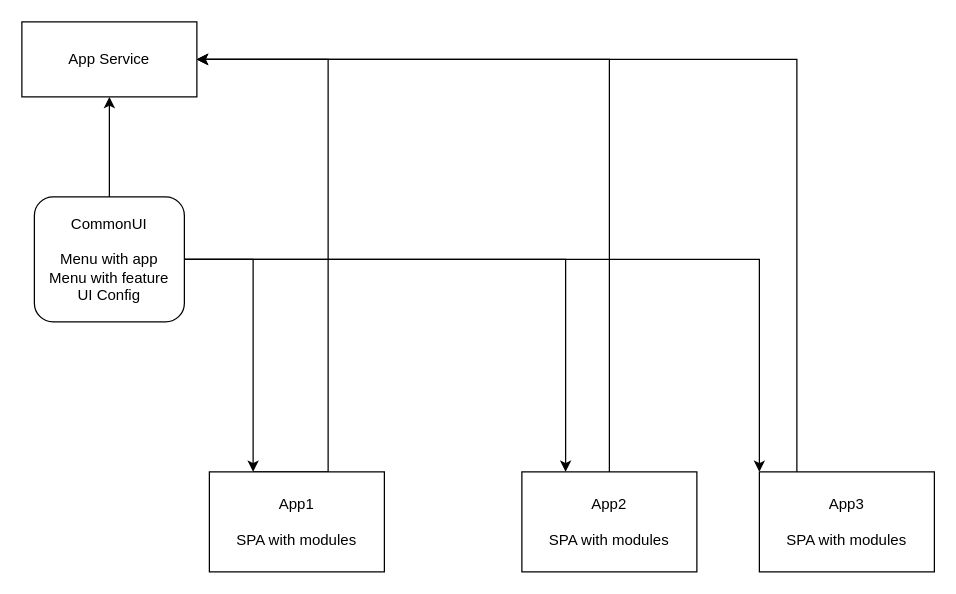
Before: page "Страница — 1" (1 of 2) of doc/bl/test.drawio in g10101k/Oip, a draw.io diagram. Source tidied: cells renumbered, new cells numbered last; positions are measured from the earlier drawing's top-left corner, leaving out a move shared by most shapes. Both pictures are drawn from the tidied source at 125%, with x=0, y=0 at pixel (21, 21).
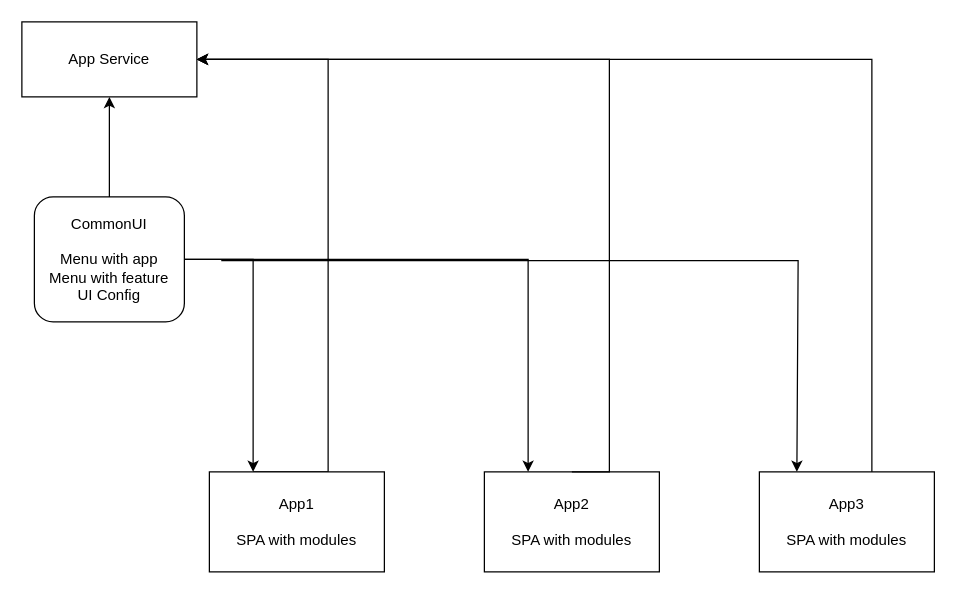
The same diagram, later.

Unchanged cells that the change refers to:
```xml
<mxCell id="6" value="App3&lt;br&gt;&lt;br&gt;SPA with modules" style="rounded=0;whiteSpace=wrap;html=1;" parent="1" vertex="1">
  <mxGeometry x="590" y="360" width="140" height="80" as="geometry" />
</mxCell>
<mxCell id="11" value="CommonUI&lt;br&gt;&lt;br&gt;&lt;div&gt;Menu with app&lt;br&gt;Menu with feature&lt;br&gt;UI Config&lt;/div&gt;" style="rounded=1;whiteSpace=wrap;html=1;" parent="1" vertex="1">
  <mxGeometry x="10" y="140" width="120" height="100" as="geometry" />
</mxCell>
<mxCell id="12" value="App Service" style="rounded=0;whiteSpace=wrap;html=1;" parent="1" vertex="1">
  <mxGeometry width="140" height="60" as="geometry" />
</mxCell>
```

What changed in the source:
```diff
@@
     <mxCell id="4" value="App2&lt;br&gt;&lt;br&gt;SPA with modules" style="rounded=0;whiteSpace=wrap;html=1;" parent="1" vertex="1">
-      <mxGeometry x="400" y="360" width="140" height="80" as="geometry" />
+      <mxGeometry x="370" y="360" width="140" height="80" as="geometry" />
     </mxCell>
     <mxCell id="5" style="edgeStyle=orthogonalEdgeStyle;rounded=0;jettySize=auto;html=1;entryX=1;entryY=0.5;entryDx=0;entryDy=0;" parent="1" edge="1" source="6" target="12">
       <mxGeometry relative="1" as="geometry">
         <Array as="points">
-          <mxPoint x="620" y="30" />
+          <mxPoint x="680" y="30" />
         </Array>
       </mxGeometry>
     </mxCell>
@@
-    <mxCell id="9" style="edgeStyle=orthogonalEdgeStyle;rounded=0;jettySize=auto;html=1;entryX=0;entryY=0;entryDx=0;entryDy=0;" parent="1" edge="1" source="11" target="6">
-      <mxGeometry relative="1" as="geometry" />
+    <mxCell id="9" style="edgeStyle=orthogonalEdgeStyle;rounded=0;orthogonalLoop=1;jettySize=auto;html=1;entryX=0;entryY=0;entryDx=0;entryDy=0;" parent="1" edge="1">
+      <mxGeometry relative="1" as="geometry">
+        <mxPoint x="160" y="190" as="sourcePoint" />
+        <mxPoint x="620" y="360" as="targetPoint" />
+        <Array as="points">
+          <mxPoint x="160" y="191" />
+          <mxPoint x="621" y="191" />
+        </Array>
+      </mxGeometry>
     </mxCell>
```
